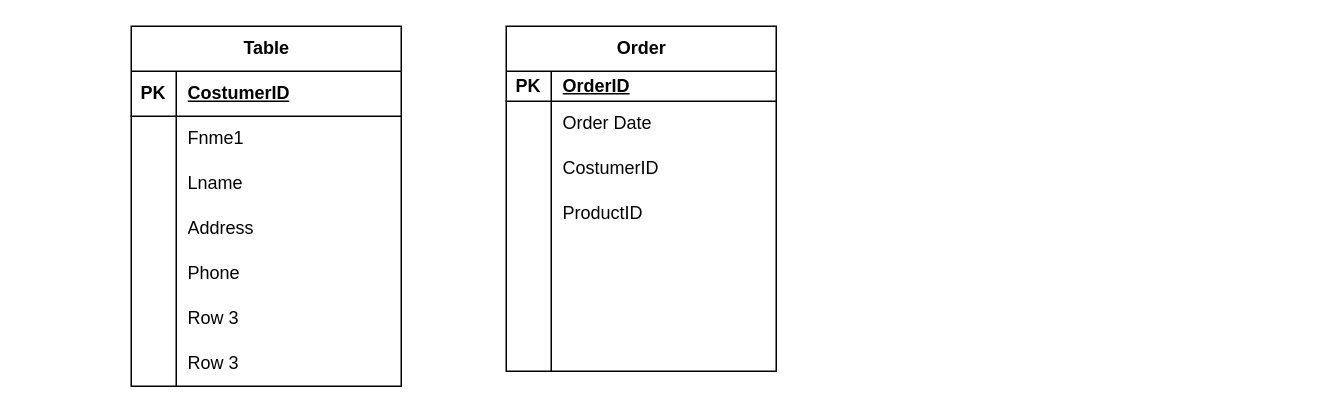
Earlier version of the draw.io diagram Untitled Diagram.drawio (jorge-102025/ERD). Source tidied: cells renumbered, new cells numbered last; positions are measured from the earlier drawing's top-left corner, leaving out a move shared by most shapes. Both pictures are drawn from the tidied source at 150%, with x=0, y=0 at pixel (130, 26).
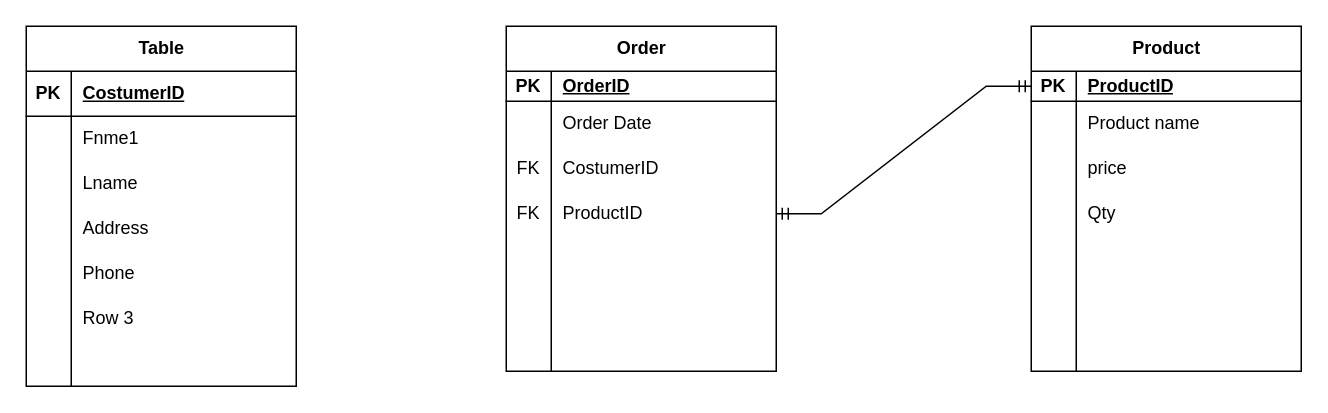
Above is the later version.

The change refers to these unchanged cells:
```xml
<mxCell id="21" style="shape=tableRow;horizontal=0;startSize=0;swimlaneHead=0;swimlaneBody=0;fillColor=none;top=0;left=0;right=0;bottom=0;" parent="2" vertex="1">
  <mxGeometry y="210" width="180" height="30" as="geometry" />
</mxCell>
<mxCell id="31" style="shape=tableRow;horizontal=0;startSize=0;swimlaneHead=0;swimlaneBody=0;fillColor=none;top=0;left=0;right=0;bottom=0;" parent="24" vertex="1">
  <mxGeometry y="80" width="180" height="30" as="geometry" />
</mxCell>
<mxCell id="34" style="shape=tableRow;horizontal=0;startSize=0;swimlaneHead=0;swimlaneBody=0;fillColor=none;points=[[0,0.5],[1,0.5]];portConstraint=eastwest;top=0;left=0;right=0;bottom=0;" parent="24" vertex="1">
  <mxGeometry y="110" width="180" height="30" as="geometry" />
</mxCell>
```

Diff of the diagram source:
```diff
@@
     <mxCell id="2" value="Table" style="shape=table;startSize=30;childLayout=tableLayout;rowLines=0;fontStyle=1;align=center;html=1;" parent="1" vertex="1">
-      <mxGeometry width="180" height="240" as="geometry" />
+      <mxGeometry x="-70" width="180" height="240" as="geometry" />
     </mxCell>
@@
-    <mxCell id="23" value="Row 3" style="shape=partialRectangle;fillColor=none;top=0;left=0;bottom=0;right=0;align=left;spacingLeft=6;overflow=hidden;whiteSpace=wrap;html=1;" parent="21" vertex="1">
+    <mxCell id="23" style="shape=partialRectangle;fillColor=none;top=0;left=0;bottom=0;right=0;align=left;spacingLeft=6;overflow=hidden;whiteSpace=wrap;html=1;" parent="21" vertex="1">
       <mxGeometry x="30" width="150" height="30" as="geometry" />
     </mxCell>
@@
-    <mxCell id="32" style="shape=partialRectangle;fillColor=none;top=0;left=0;bottom=0;right=0;overflow=hidden;whiteSpace=wrap;html=1;" parent="31" vertex="1">
+    <mxCell id="32" value="FK" style="shape=partialRectangle;fillColor=none;top=0;left=0;bottom=0;right=0;overflow=hidden;whiteSpace=wrap;html=1;" parent="31" vertex="1">
       <mxGeometry width="30" height="30" as="geometry" />
     </mxCell>
@@
-    <mxCell id="35" style="shape=partialRectangle;fillColor=none;top=0;left=0;bottom=0;right=0;overflow=hidden;whiteSpace=wrap;html=1;" parent="34" vertex="1">
+    <mxCell id="35" value="FK" style="shape=partialRectangle;fillColor=none;top=0;left=0;bottom=0;right=0;overflow=hidden;whiteSpace=wrap;html=1;" parent="34" vertex="1">
       <mxGeometry width="30" height="30" as="geometry" />
     </mxCell>
@@
+    <mxCell id="46" value="Product" style="shape=table;startSize=30;childLayout=tableLayout;rowLines=0;fontStyle=1;align=center;html=1;" parent="1" vertex="1">
+      <mxGeometry x="600" width="180" height="230" as="geometry" />
+    </mxCell>
+    <mxCell id="47" style="shape=tableRow;horizontal=0;startSize=0;swimlaneHead=0;swimlaneBody=0;fillColor=none;points=[[0,0.5],[1,0.5]];portConstraint=eastwest;top=0;left=0;right=0;bottom=1;" parent="46" vertex="1">
+      <mxGeometry y="30" width="180" height="20" as="geometry" />
+    </mxCell>
+    <mxCell id="48" value="PK" style="shape=partialRectangle;fillColor=none;top=0;left=0;bottom=0;right=0;fontStyle=1;overflow=hidden;whiteSpace=wrap;html=1;" parent="47" vertex="1">
+      <mxGeometry width="30" height="20" as="geometry" />
+    </mxCell>
+    <mxCell id="49" value="ProductID" style="shape=partialRectangle;fillColor=none;top=0;left=0;bottom=0;right=0;align=left;spacingLeft=6;fontStyle=5;overflow=hidden;whiteSpace=wrap;html=1;" parent="47" vertex="1">
+      <mxGeometry x="30" width="150" height="20" as="geometry" />
+    </mxCell>
+    <mxCell id="50" style="shape=tableRow;horizontal=0;startSize=0;swimlaneHead=0;swimlaneBody=0;fillColor=none;top=0;left=0;right=0;bottom=0;" parent="46" vertex="1">
+      <mxGeometry y="50" width="180" height="30" as="geometry" />
+    </mxCell>
+    <mxCell id="51" style="shape=partialRectangle;fillColor=none;top=0;left=0;bottom=0;right=0;overflow=hidden;whiteSpace=wrap;html=1;" parent="50" vertex="1">
+      <mxGeometry width="30" height="30" as="geometry" />
+    </mxCell>
+    <mxCell id="52" value="Product name" style="shape=partialRectangle;fillColor=none;top=0;left=0;bottom=0;right=0;align=left;spacingLeft=6;overflow=hidden;whiteSpace=wrap;html=1;" parent="50" vertex="1">
+      <mxGeometry x="30" width="150" height="30" as="geometry" />
+    </mxCell>
+    <mxCell id="53" style="shape=tableRow;horizontal=0;startSize=0;swimlaneHead=0;swimlaneBody=0;fillColor=none;top=0;left=0;right=0;bottom=0;" parent="46" vertex="1">
+      <mxGeometry y="80" width="180" height="30" as="geometry" />
+    </mxCell>
+    <mxCell id="54" style="shape=partialRectangle;fillColor=none;top=0;left=0;bottom=0;right=0;overflow=hidden;whiteSpace=wrap;html=1;" parent="53" vertex="1">
+      <mxGeometry width="30" height="30" as="geometry" />
+    </mxCell>
+    <mxCell id="55" value="price&amp;nbsp;" style="shape=partialRectangle;fillColor=none;top=0;left=0;bottom=0;right=0;align=left;spacingLeft=6;overflow=hidden;whiteSpace=wrap;html=1;" parent="53" vertex="1">
+      <mxGeometry x="30" width="150" height="30" as="geometry" />
+    </mxCell>
+    <mxCell id="56" style="shape=tableRow;horizontal=0;startSize=0;swimlaneHead=0;swimlaneBody=0;fillColor=none;top=0;left=0;right=0;bottom=0;" parent="46" vertex="1">
+      <mxGeometry y="110" width="180" height="30" as="geometry" />
+    </mxCell>
+    <mxCell id="57" style="shape=partialRectangle;fillColor=none;top=0;left=0;bottom=0;right=0;overflow=hidden;whiteSpace=wrap;html=1;" parent="56" vertex="1">
+      <mxGeometry width="30" height="30" as="geometry" />
+    </mxCell>
+    <mxCell id="58" value="Qty" style="shape=partialRectangle;fillColor=none;top=0;left=0;bottom=0;right=0;align=left;spacingLeft=6;overflow=hidden;whiteSpace=wrap;html=1;" parent="56" vertex="1">
+      <mxGeometry x="30" width="150" height="30" as="geometry" />
+    </mxCell>
+    <mxCell id="59" style="shape=tableRow;horizontal=0;startSize=0;swimlaneHead=0;swimlaneBody=0;fillColor=none;top=0;left=0;right=0;bottom=0;" parent="46" vertex="1">
+      <mxGeometry y="140" width="180" height="30" as="geometry" />
+    </mxCell>
+    <mxCell id="60" style="shape=partialRectangle;fillColor=none;top=0;left=0;bottom=0;right=0;overflow=hidden;whiteSpace=wrap;html=1;" parent="59" vertex="1">
+      <mxGeometry width="30" height="30" as="geometry" />
+    </mxCell>
+    <mxCell id="61" style="shape=partialRectangle;fillColor=none;top=0;left=0;bottom=0;right=0;align=left;spacingLeft=6;overflow=hidden;whiteSpace=wrap;html=1;" parent="59" vertex="1">
+      <mxGeometry x="30" width="150" height="30" as="geometry" />
+    </mxCell>
+    <mxCell id="62" style="shape=tableRow;horizontal=0;startSize=0;swimlaneHead=0;swimlaneBody=0;fillColor=none;top=0;left=0;right=0;bottom=0;" parent="46" vertex="1">
+      <mxGeometry y="170" width="180" height="30" as="geometry" />
+    </mxCell>
+    <mxCell id="63" style="shape=partialRectangle;fillColor=none;top=0;left=0;bottom=0;right=0;overflow=hidden;whiteSpace=wrap;html=1;" parent="62" vertex="1">
+      <mxGeometry width="30" height="30" as="geometry" />
+    </mxCell>
+    <mxCell id="64" style="shape=partialRectangle;fillColor=none;top=0;left=0;bottom=0;right=0;align=left;spacingLeft=6;overflow=hidden;whiteSpace=wrap;html=1;" parent="62" vertex="1">
+      <mxGeometry x="30" width="150" height="30" as="geometry" />
+    </mxCell>
+    <mxCell id="65" style="shape=tableRow;horizontal=0;startSize=0;swimlaneHead=0;swimlaneBody=0;fillColor=none;top=0;left=0;right=0;bottom=0;" parent="46" vertex="1">
+      <mxGeometry y="200" width="180" height="30" as="geometry" />
+    </mxCell>
+    <mxCell id="66" style="shape=partialRectangle;fillColor=none;top=0;left=0;bottom=0;right=0;overflow=hidden;whiteSpace=wrap;html=1;" parent="65" vertex="1">
+      <mxGeometry width="30" height="30" as="geometry" />
+    </mxCell>
+    <mxCell id="67" style="shape=partialRectangle;fillColor=none;top=0;left=0;bottom=0;right=0;align=left;spacingLeft=6;overflow=hidden;whiteSpace=wrap;html=1;" parent="65" vertex="1">
+      <mxGeometry x="30" width="150" height="30" as="geometry" />
+    </mxCell>
+    <mxCell id="68" style="edgeStyle=entityRelationEdgeStyle;fontSize=12;html=1;endArrow=ERmandOne;startArrow=ERmandOne;rounded=0;exitX=1;exitY=0.5;exitDx=0;exitDy=0;entryX=0;entryY=0.5;entryDx=0;entryDy=0;" parent="1" edge="1" source="34" target="47">
+      <mxGeometry relative="1" as="geometry" />
+    </mxCell>
```
